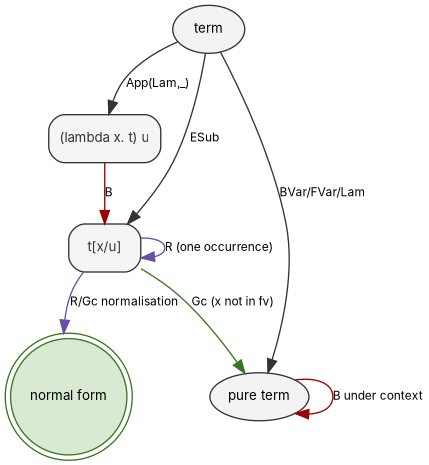
This is graphs/rules.png from bisimulationn/lambda-sub, a Graphviz export, as it was before one commit. Its source is kept beside it as graphs/rules.dot.
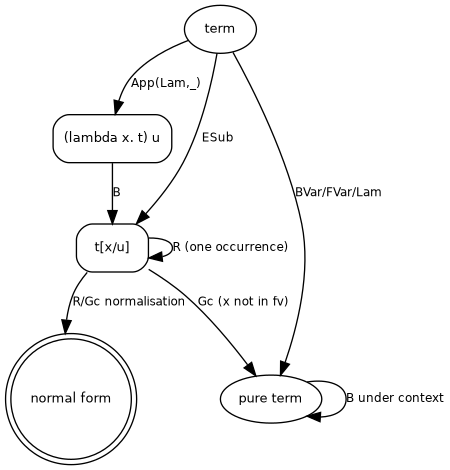
Later version of the same file.

Change to the diagram source:
```diff
@@ -1,19 +1,19 @@
 digraph lambda_sub_cfg {
   rankdir=TB;
-  bgcolor="white";
-  node [fontname=Inter, fontsize=10];
-  edge [fontname=Inter, fontsize=9, color="#333333"];
-  start [label="term", shape=oval, style=filled, fillcolor="#f3f3f3", color="#333333"];
-  beta [label="(lambda x. t) u", shape=box, style="rounded,filled", fillcolor="#f5f5f5", color="#333333", fontcolor="#333333"];
-  es [label="t[x/u]", shape=box, style="rounded,filled", fillcolor="#f5f5f5", color="#333333", fontcolor="#333333"];
-  pure [label="pure term", shape=oval, style=filled, fillcolor="#f3f3f3", color="#333333"];
-  nf [label="normal form", shape=doublecircle, style=filled, fillcolor="#d9ead3", color="#38761d"];
+  bgcolor="#ffffff";
+  node [fontname=Inter, fontsize=10, fontcolor="#000000"];
+  edge [fontname=Inter, fontsize=9, color="#000000", fontcolor="#000000"];
+  start [label="term", shape=oval, style=filled, fillcolor="#ffffff", color="#000000"];
+  beta [label="(lambda x. t) u", shape=box, style="rounded,filled", fillcolor="#ffffff", color="#000000", fontcolor="#000000"];
+  es [label="t[x/u]", shape=box, style="rounded,filled", fillcolor="#ffffff", color="#000000", fontcolor="#000000"];
+  pure [label="pure term", shape=oval, style=filled, fillcolor="#ffffff", color="#000000"];
+  nf [label="normal form", shape=doublecircle, style=filled, fillcolor="#ffffff", color="#000000"];
   start -> beta [label="App(Lam,_)"];
   start -> es [label="ESub"];
   start -> pure [label="BVar/FVar/Lam"];
-  beta -> es [label="B", color="#990000"];
-  es -> es [label="R (one occurrence)", color="#674ea7"];
-  es -> pure [label="Gc (x not in fv)", color="#38761d"];
-  pure -> pure [label="B under context", color="#990000"];
-  es -> nf [label="R/Gc normalisation", color="#674ea7"];
+  beta -> es [label="B", color="#000000"];
+  es -> es [label="R (one occurrence)", color="#000000"];
+  es -> pure [label="Gc (x not in fv)", color="#000000"];
+  pure -> pure [label="B under context", color="#000000"];
+  es -> nf [label="R/Gc normalisation", color="#000000"];
 }
```
